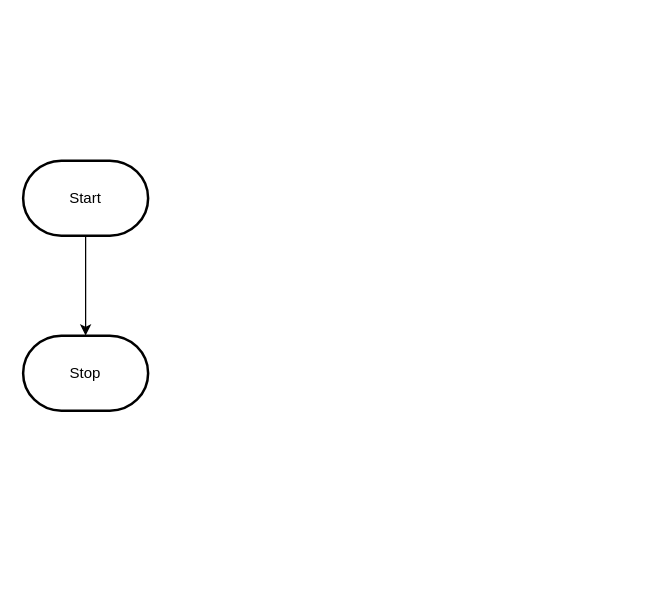
This is design/flowchart.drawio from MTHS-ICD2O-1-2023/ICD2O-Unit-3-03-clara-tyman, a draw.io file, before an edit. Source tidied: cells renumbered, new cells numbered last; positions are measured from the earlier drawing's top-left corner, leaving out a move shared by most shapes. Both pictures are drawn from the tidied source at 125%, with x=0, y=0 at pixel (22, 160).
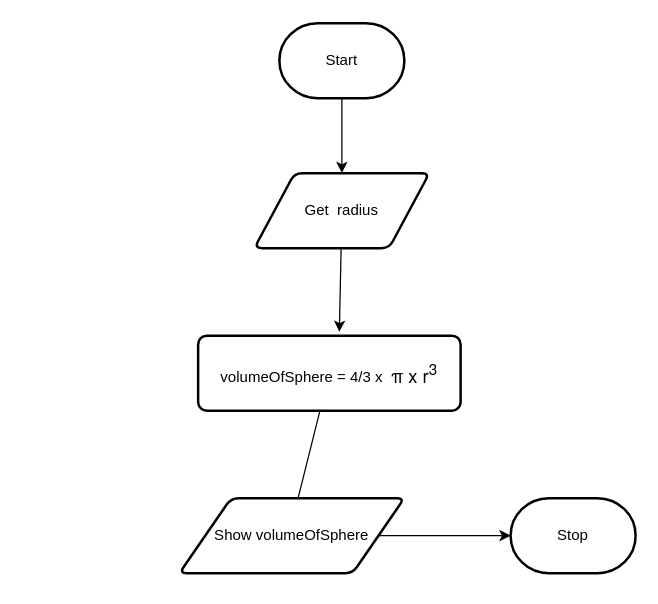
Above is the later version.

Change to the diagram source:
```diff
@@
 <mxGraphModel>
   <root>
     <mxCell id="0" />
     <mxCell id="1" parent="0" />
-    <mxCell id="2" style="edgeStyle=orthogonalEdgeStyle;html=1;rounded=0;" parent="1" edge="1" source="3" target="4">
-      <mxGeometry relative="1" as="geometry" />
-    </mxCell>
+    <mxCell id="5" style="edgeStyle=none;html=1;entryX=0.5;entryY=0;entryDx=0;entryDy=0;" parent="1" edge="1" source="3" target="7">
+      <mxGeometry relative="1" as="geometry" />
+    </mxCell>
     <mxCell id="3" value="Start" style="strokeWidth=2;html=1;shape=mxgraph.flowchart.terminator;whiteSpace=wrap;" parent="1" vertex="1">
-      <mxGeometry width="100" height="60" as="geometry" />
+      <mxGeometry x="205" y="-110" width="100" height="60" as="geometry" />
     </mxCell>
     <mxCell id="4" value="Stop" style="strokeWidth=2;html=1;shape=mxgraph.flowchart.terminator;whiteSpace=wrap;" parent="1" vertex="1">
-      <mxGeometry y="140" width="100" height="60" as="geometry" />
+      <mxGeometry x="390" y="270" width="100" height="60" as="geometry" />
     </mxCell>
+    <mxCell id="6" style="edgeStyle=none;html=1;entryX=0.538;entryY=-0.05;entryDx=0;entryDy=0;entryPerimeter=0;" parent="1" edge="1" source="7" target="9">
+      <mxGeometry relative="1" as="geometry" />
+    </mxCell>
+    <mxCell id="7" value="Get&amp;nbsp; radius" style="shape=parallelogram;html=1;strokeWidth=2;perimeter=parallelogramPerimeter;whiteSpace=wrap;rounded=1;arcSize=12;size=0.23;" parent="1" vertex="1">
+      <mxGeometry x="185" y="10" width="140" height="60" as="geometry" />
+    </mxCell>
+    <mxCell id="8" style="edgeStyle=none;html=1;entryX=0.445;entryY=0.989;entryDx=0;entryDy=0;entryPerimeter=0;" parent="1" edge="1" source="9" target="11">
+      <mxGeometry relative="1" as="geometry" />
+    </mxCell>
+    <mxCell id="9" value="volumeOfSphere = 4/3 x&amp;nbsp;&amp;nbsp;&lt;span style=&quot;&quot; id=&quot;docs-internal-guid-522e29a0-7fff-c6e6-ce5b-59913ec03059&quot;&gt;&lt;span style=&quot;font-size: 11pt; font-family: &amp;quot;Helvetica Neue&amp;quot;, sans-serif; background-color: transparent; font-variant-numeric: normal; font-variant-east-asian: normal; font-variant-alternates: normal; font-variant-position: normal; vertical-align: baseline;&quot;&gt;π x r&lt;/span&gt;&lt;span style=&quot;font-size: 11pt; font-family: &amp;quot;Helvetica Neue&amp;quot;, sans-serif; background-color: transparent; font-variant-numeric: normal; font-variant-east-asian: normal; font-variant-alternates: normal; font-variant-position: normal;&quot;&gt;&lt;sup style=&quot;&quot;&gt;3&lt;/sup&gt;&lt;/span&gt;&lt;/span&gt;" style="rounded=1;whiteSpace=wrap;html=1;absoluteArcSize=1;arcSize=14;strokeWidth=2;" parent="1" vertex="1">
+      <mxGeometry x="140" y="140" width="210" height="60" as="geometry" />
+    </mxCell>
+    <mxCell id="10" style="edgeStyle=none;html=1;" parent="1" edge="1" source="11" target="4">
+      <mxGeometry relative="1" as="geometry" />
+    </mxCell>
+    <mxCell id="11" value="Show volumeOfSphere" style="shape=parallelogram;html=1;strokeWidth=2;perimeter=parallelogramPerimeter;whiteSpace=wrap;rounded=1;arcSize=12;size=0.23;" parent="1" vertex="1">
+      <mxGeometry x="125" y="270" width="180" height="60" as="geometry" />
+    </mxCell>
   </root>
 </mxGraphModel>
```
